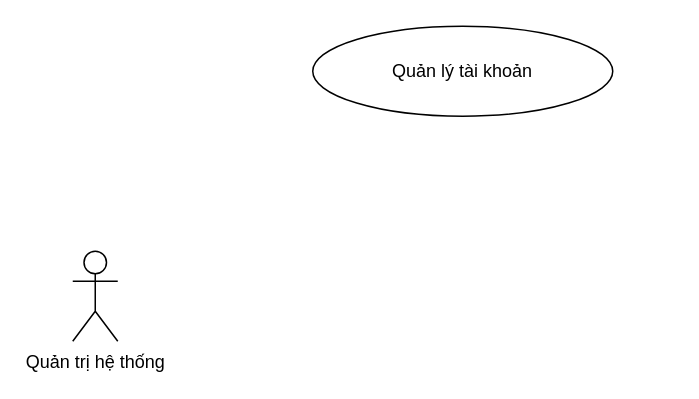
This is page "1. Tổng quát hệ thống" (1 of 2) of securities.drawio from luyenhaidangit/business, a draw.io file, before an edit. Source tidied: cells renumbered, new cells numbered last; positions are measured from the earlier drawing's top-left corner, leaving out a move shared by most shapes. Both pictures are drawn from the tidied source at 150%, with x=0, y=0 at pixel (72, 26).
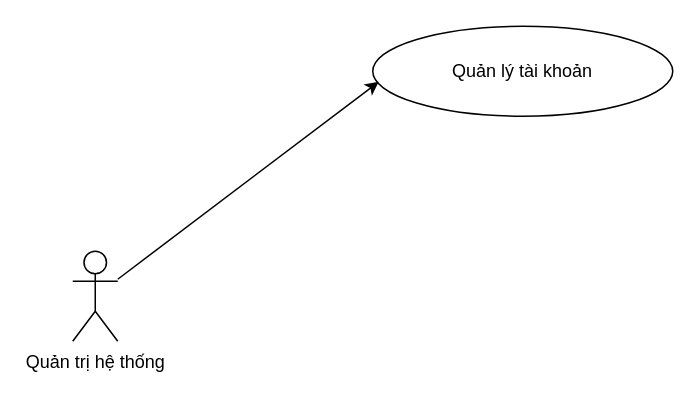
After the change.

Commit message (it also covers changes not shown here):
Cập nhật securities.drawio

The edit, as a diff of the source:
```diff
@@
 <mxGraphModel>
   <root>
     <mxCell id="0" />
     <mxCell id="1" parent="0" />
     <mxCell id="2" value="Quản trị hệ thống" style="shape=umlActor;verticalLabelPosition=bottom;verticalAlign=top;html=1;outlineConnect=0;" parent="1" vertex="1">
       <mxGeometry y="150" width="30" height="60" as="geometry" />
     </mxCell>
     <mxCell id="3" value="Quản lý tài khoản" style="ellipse;whiteSpace=wrap;html=1;" parent="1" vertex="1">
-      <mxGeometry x="160" width="200" height="60" as="geometry" />
+      <mxGeometry x="200" width="200" height="60" as="geometry" />
     </mxCell>
+    <mxCell id="4" style="endArrow=classic;html=1;rounded=0;entryX=0.02;entryY=0.617;entryDx=0;entryDy=0;entryPerimeter=0;" parent="1" edge="1" source="2" target="3">
+      <mxGeometry relative="1" as="geometry" />
+    </mxCell>
   </root>
 </mxGraphModel>
```
